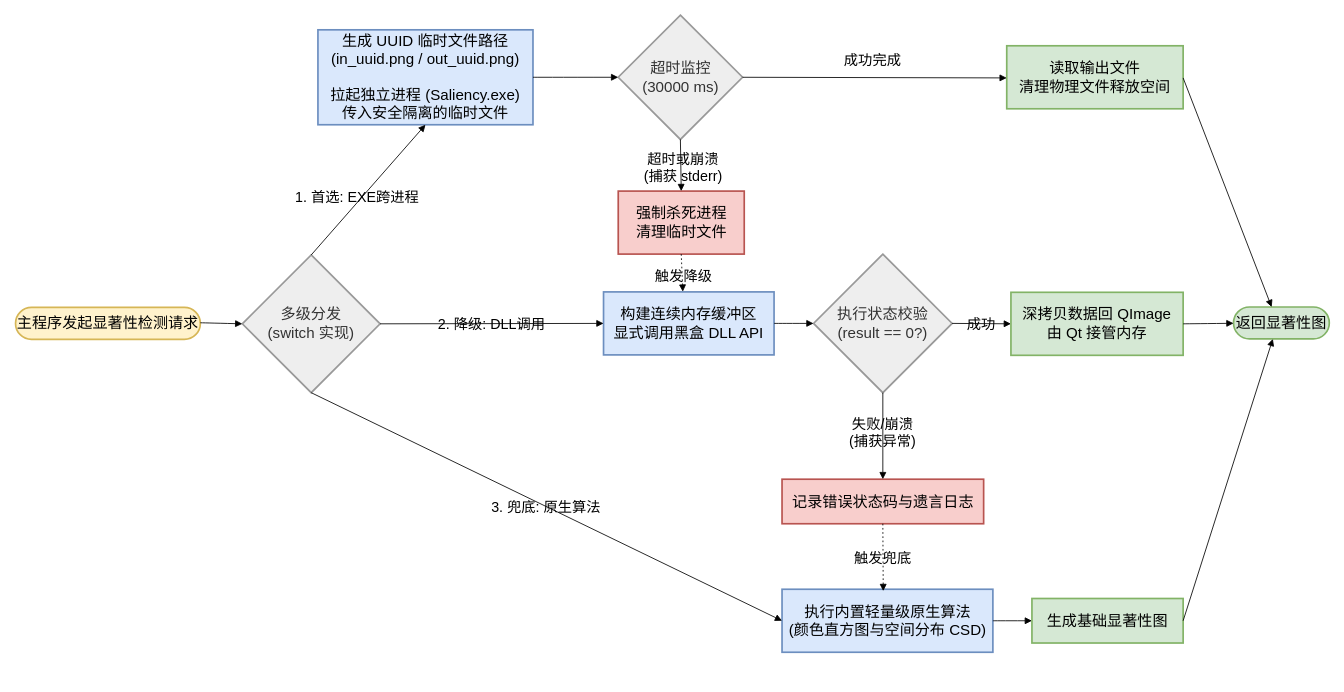
crazyBeliever-He/Mermaid- keeps this draw.io diagram as page "第 4 页" (3 of 6) of dialog工厂.drawio. Above is the earlier version. Source tidied: cells renumbered, new cells numbered last; positions are measured from the earlier drawing's top-left corner, leaving out a move shared by most shapes. Both pictures are drawn from the tidied source at 84%, with x=0, y=0 at pixel (15, 15).
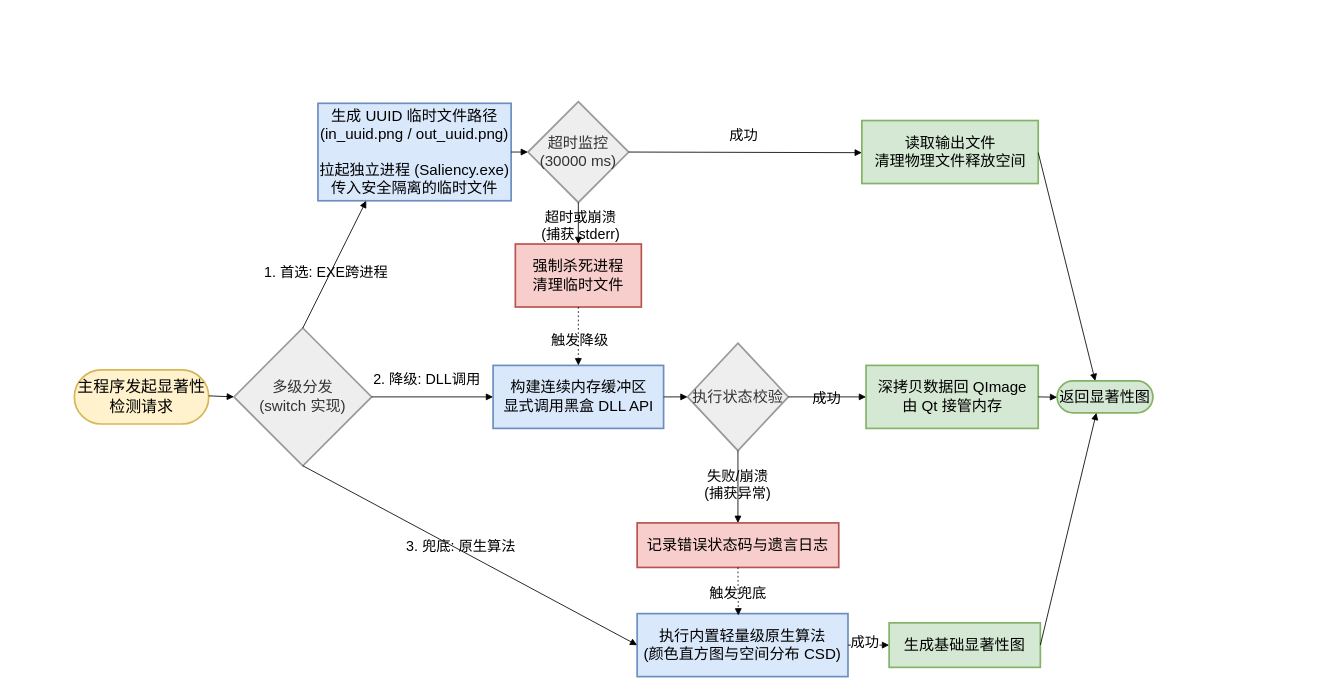
After the change.

Unchanged cells that the change refers to:
```xml
<mxCell id="29" style="curved=1;startArrow=none;endArrow=block;exitX=1;exitY=0.5;entryX=0;entryY=0.5;rounded=0;" parent="1" edge="1" source="13" target="14">
  <mxGeometry relative="1" as="geometry" />
</mxCell>
```

Change to the diagram source:
```diff
@@
-    <mxCell id="2" value="主程序发起显著性检测请求" style="rounded=1;whiteSpace=wrap;arcSize=50;strokeWidth=2;fillColor=#fff2cc;strokeColor=#d6b656;fontSize=18;" parent="1" vertex="1">
-      <mxGeometry y="347.5" width="220" height="38" as="geometry" />
+    <mxCell id="2" value="主程序发起显著性检测请求" style="rounded=1;whiteSpace=wrap;arcSize=50;strokeWidth=2;fillColor=#fff2cc;strokeColor=#d6b656;fontSize=19;" parent="1" vertex="1">
+      <mxGeometry x="70" y="421.8" width="160" height="64.5" as="geometry" />
     </mxCell>
     <mxCell id="3" value="多级分发&#10;(switch 实现)" style="rhombus;strokeWidth=2;whiteSpace=wrap;fillColor=light-dark(#eeeeee,#1f2020);strokeColor=light-dark(#999999,#cccccc);fontColor=light-dark(#333333,#cccccc);fontSize=18;" parent="1" vertex="1">
-      <mxGeometry x="270" y="285" width="164" height="164" as="geometry" />
+      <mxGeometry x="260" y="372" width="164" height="164" as="geometry" />
     </mxCell>
     <mxCell id="4" value="生成 UUID 临时文件路径&#10;(in_uuid.png / out_uuid.png)&#10;&#10;拉起独立进程 (Saliency.exe)&#10;传入安全隔离的临时文件" style="whiteSpace=wrap;strokeWidth=2;fillColor=#dae8fc;strokeColor=#6c8ebf;align=center;fontSize=18;" parent="1" vertex="1">
-      <mxGeometry x="360" y="17" width="256" height="113" as="geometry" />
+      <mxGeometry x="360" y="104.5" width="230" height="116" as="geometry" />
     </mxCell>
     <mxCell id="5" value="超时监控&#10;(30000 ms)" style="rhombus;strokeWidth=2;whiteSpace=wrap;fillColor=light-dark(#eeeeee,#1f2020);strokeColor=light-dark(#999999,#cccccc);fontColor=light-dark(#333333,#cccccc);fontSize=18;" parent="1" vertex="1">
-      <mxGeometry x="717.5" y="-0.5" width="148" height="148" as="geometry" />
+      <mxGeometry x="610" y="102.5" width="120" height="120" as="geometry" />
     </mxCell>
     <mxCell id="6" value="强制杀死进程&#10;清理临时文件" style="whiteSpace=wrap;strokeWidth=2;fillColor=#f8cecc;strokeColor=#b85450;fontSize=18;" parent="1" vertex="1">
-      <mxGeometry x="717.5" y="209" width="150" height="75" as="geometry" />
+      <mxGeometry x="595" y="272" width="150" height="75" as="geometry" />
     </mxCell>
     <mxCell id="7" value="读取输出文件&#10;清理物理文件释放空间" style="whiteSpace=wrap;strokeWidth=2;fillColor=#d5e8d4;strokeColor=#82b366;fontSize=18;" parent="1" vertex="1">
-      <mxGeometry x="1180" y="36" width="210" height="75" as="geometry" />
+      <mxGeometry x="1007.5" y="125" width="210" height="75" as="geometry" />
     </mxCell>
     <mxCell id="8" value="返回显著性图" style="rounded=1;whiteSpace=wrap;arcSize=50;strokeWidth=2;fillColor=#d5e8d4;strokeColor=#82b366;fontSize=18;" parent="1" vertex="1">
-      <mxGeometry x="1450" y="347" width="114" height="38" as="geometry" />
+      <mxGeometry x="1240" y="435" width="114" height="38" as="geometry" />
     </mxCell>
     <mxCell id="9" value="构建连续内存缓冲区&#10;显式调用黑盒 DLL API" style="whiteSpace=wrap;strokeWidth=2;fillColor=#dae8fc;strokeColor=#6c8ebf;fontSize=18;" parent="1" vertex="1">
-      <mxGeometry x="700" y="329" width="203" height="75" as="geometry" />
+      <mxGeometry x="568.5" y="416.5" width="203" height="75" as="geometry" />
     </mxCell>
-    <mxCell id="10" value="执行状态校验&#10;(result == 0?)" style="rhombus;strokeWidth=2;whiteSpace=wrap;fillColor=light-dark(#eeeeee,#1f2020);strokeColor=light-dark(#999999,#cccccc);fontColor=light-dark(#333333,#cccccc);fontSize=18;" parent="1" vertex="1">
-      <mxGeometry x="950" y="284" width="165" height="165" as="geometry" />
+    <mxCell id="10" value="执行状态校验" style="rhombus;strokeWidth=2;whiteSpace=wrap;fillColor=light-dark(#eeeeee,#1f2020);strokeColor=light-dark(#999999,#cccccc);fontColor=light-dark(#333333,#cccccc);fontSize=18;" parent="1" vertex="1">
+      <mxGeometry x="800" y="390" width="120" height="128" as="geometry" />
     </mxCell>
     <mxCell id="11" value="深拷贝数据回 QImage&#10;由 Qt 接管内存" style="whiteSpace=wrap;strokeWidth=2;fillColor=#d5e8d4;strokeColor=#82b366;fontSize=18;" parent="1" vertex="1">
-      <mxGeometry x="1185" y="329.5" width="205" height="75" as="geometry" />
+      <mxGeometry x="1012.5" y="416.5" width="205" height="75" as="geometry" />
     </mxCell>
     <mxCell id="12" value="记录错误状态码与遗言日志" style="whiteSpace=wrap;strokeWidth=2;fillColor=#f8cecc;strokeColor=#b85450;fontSize=18;" parent="1" vertex="1">
-      <mxGeometry x="912.5" y="552" width="240" height="53" as="geometry" />
+      <mxGeometry x="740" y="604" width="240" height="53" as="geometry" />
     </mxCell>
     <mxCell id="13" value="执行内置轻量级原生算法&#10;(颜色直方图与空间分布 CSD)" style="whiteSpace=wrap;strokeWidth=2;fillColor=#dae8fc;strokeColor=#6c8ebf;fontSize=18;" parent="1" vertex="1">
-      <mxGeometry x="912.5" y="683" width="251" height="75" as="geometry" />
+      <mxGeometry x="740" y="712" width="251" height="75" as="geometry" />
     </mxCell>
     <mxCell id="14" value="生成基础显著性图" style="whiteSpace=wrap;strokeWidth=2;fillColor=#d5e8d4;strokeColor=#82b366;fontSize=18;" parent="1" vertex="1">
-      <mxGeometry x="1210" y="694" width="180" height="53" as="geometry" />
+      <mxGeometry x="1040" y="723" width="180" height="53" as="geometry" />
     </mxCell>
@@
-    <mxCell id="16" value="1. 首选: EXE跨进程" style="startArrow=none;endArrow=block;exitX=0.5;exitY=0;entryX=0.5;entryY=1;rounded=0;fontSize=17;labelBackgroundColor=none;exitDx=0;exitDy=0;entryDx=0;entryDy=0;" parent="1" edge="1" source="3" target="4">
+    <mxCell id="16" value="1. 首选: EXE跨进程" style="startArrow=none;endArrow=block;exitX=0.5;exitY=0;entryX=0.25;entryY=1;rounded=0;fontSize=17;labelBackgroundColor=none;exitDx=0;exitDy=0;entryDx=0;entryDy=0;" parent="1" edge="1" source="3" target="4">
       <mxGeometry x="-0.14" y="5" relative="1" as="geometry" />
     </mxCell>
@@
-    <mxCell id="19" value="成功完成" style="startArrow=none;endArrow=block;exitX=1;exitY=0.5;entryX=0;entryY=0.51;rounded=0;exitDx=0;exitDy=0;labelBackgroundColor=none;fontSize=17;" parent="1" edge="1" source="5" target="7">
+    <mxCell id="19" value="成功" style="startArrow=none;endArrow=block;exitX=1;exitY=0.5;entryX=0;entryY=0.51;rounded=0;exitDx=0;exitDy=0;labelBackgroundColor=none;fontSize=17;" parent="1" edge="1" source="5" target="7">
       <mxGeometry x="-0.02" y="22" relative="1" as="geometry">
         <mxPoint x="1" as="offset" />
       </mxGeometry>
     </mxCell>
@@
-    <mxCell id="21" value="触发降级" style="dashed=1;dashPattern=2 3;startArrow=none;endArrow=block;exitX=0.5;exitY=1;entryX=0.465;entryY=-0.004;rounded=0;labelBackgroundColor=none;fontSize=17;entryDx=0;entryDy=0;entryPerimeter=0;exitDx=0;exitDy=0;" parent="1" edge="1" source="6" target="9">
+    <mxCell id="21" value="触发降级" style="dashed=1;dashPattern=2 3;startArrow=none;endArrow=block;exitX=0.5;exitY=1;rounded=0;labelBackgroundColor=none;fontSize=17;exitDx=0;exitDy=0;entryX=0.5;entryY=0;entryDx=0;entryDy=0;" parent="1" edge="1" source="6" target="9">
       <mxGeometry x="0.1" y="2" relative="1" as="geometry" />
     </mxCell>
     <mxCell id="22" value="2. 降级: DLL调用" style="startArrow=none;endArrow=block;exitX=1;exitY=0.5;entryX=0;entryY=0.5;rounded=0;labelBackgroundColor=none;fontSize=17;entryDx=0;entryDy=0;" parent="1" edge="1" source="3" target="9">
-      <mxGeometry relative="1" as="geometry" />
+      <mxGeometry x="-0.09" y="22" relative="1" as="geometry" />
     </mxCell>
@@
     <mxCell id="28" value="3. 兜底: 原生算法" style="startArrow=none;endArrow=block;exitX=0.5;exitY=1;entryX=0;entryY=0.5;rounded=0;labelBackgroundColor=none;fontSize=17;entryDx=0;entryDy=0;exitDx=0;exitDy=0;" parent="1" edge="1" source="3" target="13">
-      <mxGeometry relative="1" as="geometry" />
+      <mxGeometry x="-0.06" y="6" relative="1" as="geometry">
+        <mxPoint x="-1" as="offset" />
+      </mxGeometry>
     </mxCell>
@@
+    <mxCell id="31" value="成功" style="edgeLabel;html=1;align=center;verticalAlign=middle;fontSize=17;" parent="29" vertex="1">
+      <mxGeometry x="-0.23" y="3" relative="1" as="geometry" />
+    </mxCell>
```
